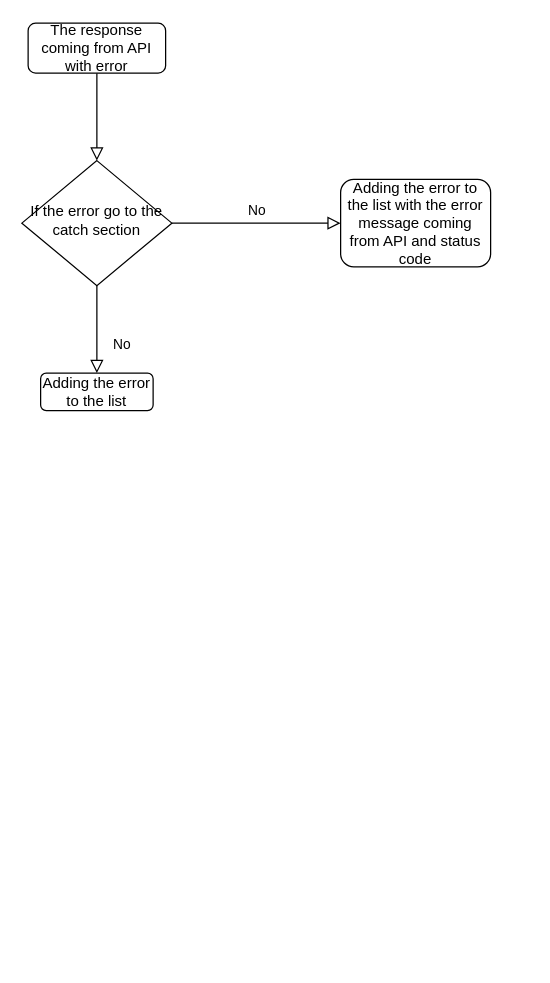
NadimAttar-developer/NLog keeps this draw.io diagram as Untitled Diagram.drawio. Above is the earlier version. Source tidied: cells renumbered, new cells numbered last; positions are measured from the earlier drawing's top-left corner, leaving out a move shared by most shapes. Both pictures are drawn from the tidied source at 125%, with x=0, y=0 at pixel (21, 22).
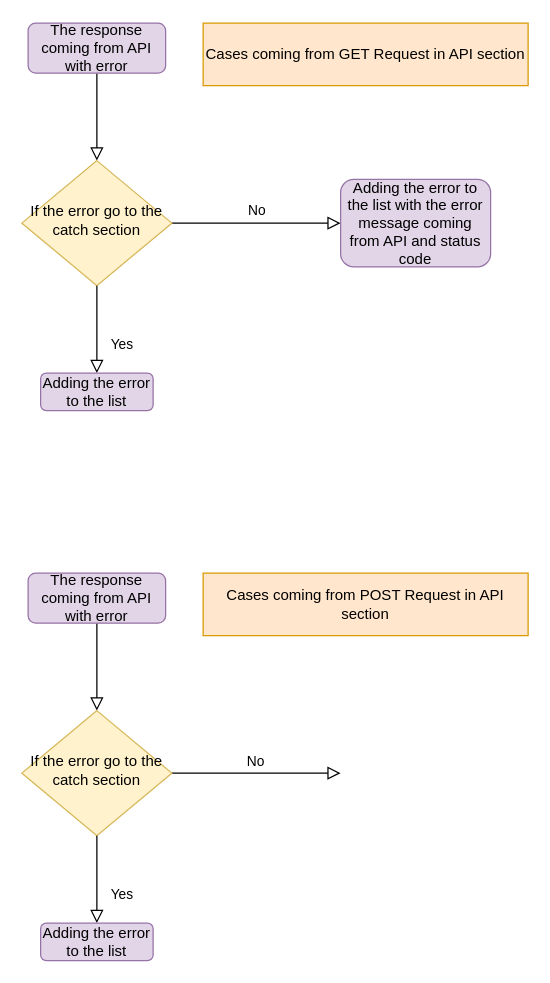
The same diagram, later.

Diff of the diagram source:
```diff
@@
 <mxGraphModel>
   <root>
     <mxCell id="0" />
     <mxCell id="1" parent="0" />
     <mxCell id="2" style="rounded=0;html=1;jettySize=auto;fontSize=11;endArrow=block;endFill=0;endSize=8;strokeWidth=1;shadow=0;labelBackgroundColor=none;edgeStyle=orthogonalEdgeStyle;" parent="1" edge="1" source="3" target="5">
       <mxGeometry relative="1" as="geometry" />
     </mxCell>
-    <mxCell id="3" value="The response coming from API with error" style="rounded=1;whiteSpace=wrap;html=1;fontSize=12;glass=0;strokeWidth=1;shadow=0;" parent="1" vertex="1">
+    <mxCell id="3" value="The response coming from API with error" style="rounded=1;whiteSpace=wrap;html=1;fontSize=12;glass=0;strokeWidth=1;shadow=0;fillColor=#e1d5e7;strokeColor=#9673a6;" parent="1" vertex="1">
       <mxGeometry x="5" width="110" height="40" as="geometry" />
     </mxCell>
     <mxCell id="4" value="No" style="edgeStyle=orthogonalEdgeStyle;rounded=0;html=1;jettySize=auto;fontSize=11;endArrow=block;endFill=0;endSize=8;strokeWidth=1;shadow=0;labelBackgroundColor=none;" parent="1" edge="1" source="5" target="6">
       <mxGeometry y="10" relative="1" as="geometry" />
     </mxCell>
-    <mxCell id="5" value="If the error go to the catch section" style="rhombus;whiteSpace=wrap;html=1;shadow=0;fontFamily=Helvetica;fontSize=12;align=center;strokeWidth=1;spacing=6;spacingTop=-4;" parent="1" vertex="1">
+    <mxCell id="5" value="If the error go to the catch section" style="rhombus;whiteSpace=wrap;html=1;shadow=0;fontFamily=Helvetica;fontSize=12;align=center;strokeWidth=1;spacing=6;spacingTop=-4;fillColor=#fff2cc;strokeColor=#d6b656;" parent="1" vertex="1">
       <mxGeometry y="110" width="120" height="100" as="geometry" />
     </mxCell>
-    <mxCell id="6" value="Adding the error to the list with the error message coming from API and status code" style="rounded=1;whiteSpace=wrap;html=1;fontSize=12;glass=0;strokeWidth=1;shadow=0;" parent="1" vertex="1">
+    <mxCell id="6" value="Adding the error to the list with the error message coming from API and status code" style="rounded=1;whiteSpace=wrap;html=1;fontSize=12;glass=0;strokeWidth=1;shadow=0;fillColor=#e1d5e7;strokeColor=#9673a6;" parent="1" vertex="1">
       <mxGeometry x="255" y="125" width="120" height="70" as="geometry" />
     </mxCell>
-    <mxCell id="7" value="No" style="rounded=0;html=1;jettySize=auto;fontSize=11;endArrow=block;endFill=0;endSize=8;strokeWidth=1;shadow=0;labelBackgroundColor=none;edgeStyle=orthogonalEdgeStyle;exitX=0.5;exitY=1;exitDx=0;exitDy=0;" parent="1" edge="1" source="5" target="8">
+    <mxCell id="7" value="Yes" style="rounded=0;html=1;jettySize=auto;fontSize=11;endArrow=block;endFill=0;endSize=8;strokeWidth=1;shadow=0;labelBackgroundColor=none;edgeStyle=orthogonalEdgeStyle;exitX=0.5;exitY=1;exitDx=0;exitDy=0;" parent="1" edge="1" source="5" target="8">
       <mxGeometry x="0.33" y="20" relative="1" as="geometry" />
     </mxCell>
-    <mxCell id="8" value="Adding the error to the list" style="rounded=1;whiteSpace=wrap;html=1;fontSize=12;glass=0;strokeWidth=1;shadow=0;" parent="1" vertex="1">
+    <mxCell id="8" value="Adding the error to the list" style="rounded=1;whiteSpace=wrap;html=1;fontSize=12;glass=0;strokeWidth=1;shadow=0;fillColor=#e1d5e7;strokeColor=#9673a6;" parent="1" vertex="1">
       <mxGeometry x="15" y="280" width="90" height="30" as="geometry" />
     </mxCell>
+    <mxCell id="9" value="Cases coming from GET Request in API section" style="rounded=0;whiteSpace=wrap;html=1;fillColor=#ffe6cc;strokeColor=#d79b00;" parent="1" vertex="1">
+      <mxGeometry x="145" width="260" height="50" as="geometry" />
+    </mxCell>
+    <mxCell id="10" style="rounded=0;html=1;jettySize=auto;fontSize=11;endArrow=block;endFill=0;endSize=8;strokeWidth=1;shadow=0;labelBackgroundColor=none;edgeStyle=orthogonalEdgeStyle;" parent="1" edge="1" source="11" target="13">
+      <mxGeometry relative="1" as="geometry" />
+    </mxCell>
+    <mxCell id="11" value="The response coming from API with error" style="rounded=1;whiteSpace=wrap;html=1;fontSize=12;glass=0;strokeWidth=1;shadow=0;fillColor=#e1d5e7;strokeColor=#9673a6;" parent="1" vertex="1">
+      <mxGeometry x="5" y="440" width="110" height="40" as="geometry" />
+    </mxCell>
+    <mxCell id="12" value="No" style="edgeStyle=orthogonalEdgeStyle;rounded=0;html=1;jettySize=auto;fontSize=11;endArrow=block;endFill=0;endSize=8;strokeWidth=1;shadow=0;labelBackgroundColor=none;" parent="1" edge="1" source="13">
+      <mxGeometry y="10" relative="1" as="geometry">
+        <mxPoint x="255" y="600" as="targetPoint" />
+      </mxGeometry>
+    </mxCell>
+    <mxCell id="13" value="If the error go to the catch section" style="rhombus;whiteSpace=wrap;html=1;shadow=0;fontFamily=Helvetica;fontSize=12;align=center;strokeWidth=1;spacing=6;spacingTop=-4;fillColor=#fff2cc;strokeColor=#d6b656;" parent="1" vertex="1">
+      <mxGeometry y="550" width="120" height="100" as="geometry" />
+    </mxCell>
+    <mxCell id="14" value="Yes" style="rounded=0;html=1;jettySize=auto;fontSize=11;endArrow=block;endFill=0;endSize=8;strokeWidth=1;shadow=0;labelBackgroundColor=none;edgeStyle=orthogonalEdgeStyle;exitX=0.5;exitY=1;exitDx=0;exitDy=0;" parent="1" edge="1" source="13" target="15">
+      <mxGeometry x="0.33" y="20" relative="1" as="geometry" />
+    </mxCell>
+    <mxCell id="15" value="Adding the error to the list" style="rounded=1;whiteSpace=wrap;html=1;fontSize=12;glass=0;strokeWidth=1;shadow=0;fillColor=#e1d5e7;strokeColor=#9673a6;" parent="1" vertex="1">
+      <mxGeometry x="15" y="720" width="90" height="30" as="geometry" />
+    </mxCell>
+    <mxCell id="16" value="Cases coming from POST Request in API section" style="rounded=0;whiteSpace=wrap;html=1;fillColor=#ffe6cc;strokeColor=#d79b00;" parent="1" vertex="1">
+      <mxGeometry x="145" y="440" width="260" height="50" as="geometry" />
+    </mxCell>
   </root>
 </mxGraphModel>
```
